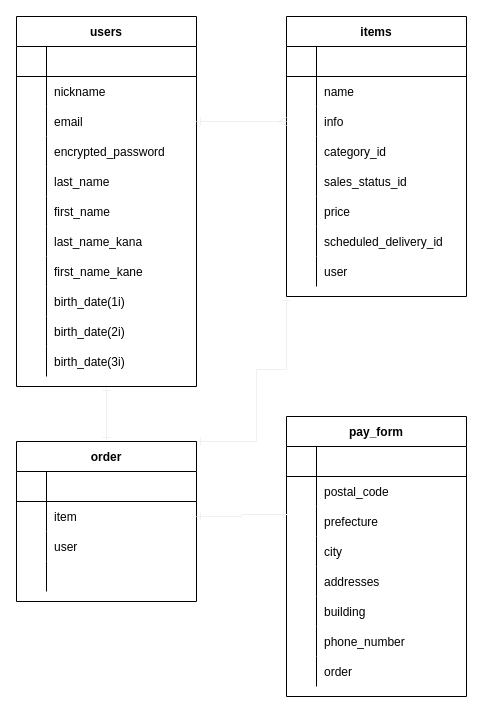
This is app/furima.dio from pukutan2021/furima-36257, a draw.io file, before an edit. Source tidied: cells renumbered, new cells numbered last; positions are measured from the earlier drawing's top-left corner, leaving out a move shared by most shapes. Both pictures are drawn from the tidied source at 100%, with x=0, y=0 at pixel (16, 16).
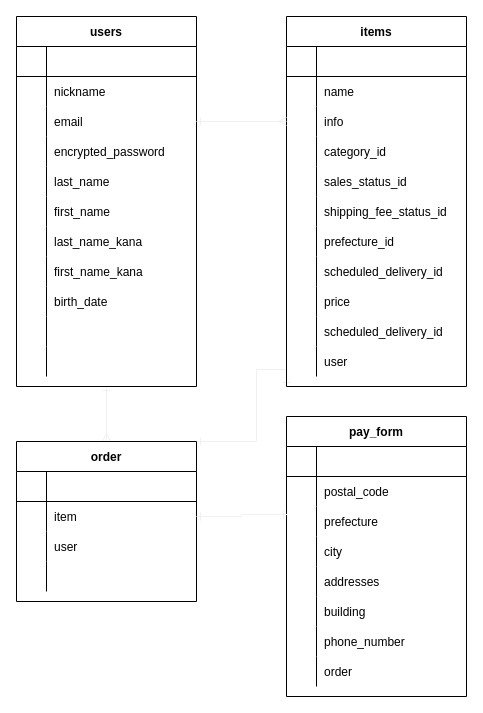
After the change.

Commit message (it also covers changes not shown here):
レビューで指摘された箇所を修正

Unchanged cells that the change refers to:
```xml
<mxCell id="3" value="users" style="shape=table;startSize=30;childLayout=tableLayout;rowLines=0;fontStyle=1;align=center;" parent="1" vertex="1">
  <mxGeometry width="180" height="370" as="geometry" />
</mxCell>
<mxCell id="25" style="shape=partialRectangle;fillColor=none;top=0;left=0;bottom=0;right=0;" parent="3" vertex="1">
  <mxGeometry y="240" width="180" height="30" as="geometry" />
</mxCell>
<mxCell id="28" style="shape=partialRectangle;fillColor=none;top=0;left=0;bottom=0;right=0;" parent="3" vertex="1">
  <mxGeometry y="270" width="180" height="30" as="geometry" />
</mxCell>
<mxCell id="31" style="shape=partialRectangle;fillColor=none;top=0;left=0;bottom=0;right=0;" parent="3" vertex="1">
  <mxGeometry y="300" width="180" height="30" as="geometry" />
</mxCell>
<mxCell id="34" style="shape=partialRectangle;fillColor=none;top=0;left=0;bottom=0;right=0;" parent="3" vertex="1">
  <mxGeometry y="330" width="180" height="30" as="geometry" />
</mxCell>
<mxCell id="89" value="order" style="shape=table;startSize=30;childLayout=tableLayout;rowLines=0;fontStyle=1;align=center;" parent="1" vertex="1">
  <mxGeometry y="425" width="180" height="160" as="geometry" />
</mxCell>
```

The edit, as a diff of the source:
```diff
@@
-    <mxCell id="2" style="edgeStyle=orthogonalEdgeStyle;rounded=0;jettySize=auto;html=1;exitX=0.5;exitY=1;exitDx=0;exitDy=0;entryX=0.5;entryY=0;entryDx=0;entryDy=0;startArrow=ERone;startFill=0;endArrow=ERone;endFill=0;strokeColor=#f0f0f0;" parent="1" edge="1" source="3" target="89">
+    <mxCell id="2" style="edgeStyle=orthogonalEdgeStyle;rounded=0;jettySize=auto;html=1;exitX=0.5;exitY=1;exitDx=0;exitDy=0;entryX=0.5;entryY=0;entryDx=0;entryDy=0;startArrow=ERone;startFill=0;endArrow=ERmany;endFill=0;strokeColor=#f0f0f0;" parent="1" edge="1" source="3" target="89">
       <mxGeometry relative="1" as="geometry" />
     </mxCell>
@@
-    <mxCell id="27" value="first_name_kane" style="shape=partialRectangle;fillColor=none;top=0;left=0;bottom=0;right=0;align=left;spacingLeft=6;overflow=hidden;" parent="25" vertex="1">
+    <mxCell id="27" value="first_name_kana" style="shape=partialRectangle;fillColor=none;top=0;left=0;bottom=0;right=0;align=left;spacingLeft=6;overflow=hidden;" parent="25" vertex="1">
       <mxGeometry x="30" width="150" height="30" as="geometry" />
     </mxCell>
@@
-    <mxCell id="30" value="birth_date(1i)" style="shape=partialRectangle;fillColor=none;top=0;left=0;bottom=0;right=0;align=left;spacingLeft=6;overflow=hidden;" parent="28" vertex="1">
+    <mxCell id="30" value="birth_date" style="shape=partialRectangle;fillColor=none;top=0;left=0;bottom=0;right=0;align=left;spacingLeft=6;overflow=hidden;" parent="28" vertex="1">
       <mxGeometry x="30" width="150" height="30" as="geometry" />
     </mxCell>
@@
-    <mxCell id="33" value="birth_date(2i)" style="shape=partialRectangle;fillColor=none;top=0;left=0;bottom=0;right=0;align=left;spacingLeft=6;overflow=hidden;" parent="31" vertex="1">
+    <mxCell id="33" style="shape=partialRectangle;fillColor=none;top=0;left=0;bottom=0;right=0;align=left;spacingLeft=6;overflow=hidden;" parent="31" vertex="1">
       <mxGeometry x="30" width="150" height="30" as="geometry" />
     </mxCell>
@@
-    <mxCell id="36" value="birth_date(3i)" style="shape=partialRectangle;fillColor=none;top=0;left=0;bottom=0;right=0;align=left;spacingLeft=6;overflow=hidden;" parent="34" vertex="1">
+    <mxCell id="36" style="shape=partialRectangle;fillColor=none;top=0;left=0;bottom=0;right=0;align=left;spacingLeft=6;overflow=hidden;" parent="34" vertex="1">
       <mxGeometry x="30" width="150" height="30" as="geometry" />
     </mxCell>
@@
     <mxCell id="38" value="items" style="shape=table;startSize=30;childLayout=tableLayout;rowLines=0;fontStyle=1;align=center;" parent="1" vertex="1">
-      <mxGeometry x="270" width="180" height="280" as="geometry" />
+      <mxGeometry x="270" width="180" height="370" as="geometry" />
     </mxCell>
@@
+    <mxCell id="103" style="shape=partialRectangle;fillColor=none;top=0;left=0;bottom=0;right=0;" parent="38" vertex="1">
+      <mxGeometry y="180" width="180" height="30" as="geometry" />
+    </mxCell>
+    <mxCell id="104" style="shape=partialRectangle;fillColor=none;top=0;left=0;bottom=0;right=0;overflow=hidden;" parent="103" vertex="1">
+      <mxGeometry width="30" height="30" as="geometry" />
+    </mxCell>
+    <mxCell id="105" value="shipping_fee_status_id" style="shape=partialRectangle;fillColor=none;top=0;left=0;bottom=0;right=0;align=left;spacingLeft=6;overflow=hidden;" parent="103" vertex="1">
+      <mxGeometry x="30" width="150" height="30" as="geometry" />
+    </mxCell>
+    <mxCell id="106" style="shape=partialRectangle;fillColor=none;top=0;left=0;bottom=0;right=0;" parent="38" vertex="1">
+      <mxGeometry y="210" width="180" height="30" as="geometry" />
+    </mxCell>
+    <mxCell id="107" style="shape=partialRectangle;fillColor=none;top=0;left=0;bottom=0;right=0;overflow=hidden;" parent="106" vertex="1">
+      <mxGeometry width="30" height="30" as="geometry" />
+    </mxCell>
+    <mxCell id="108" value="prefecture_id" style="shape=partialRectangle;fillColor=none;top=0;left=0;bottom=0;right=0;align=left;spacingLeft=6;overflow=hidden;" parent="106" vertex="1">
+      <mxGeometry x="30" width="150" height="30" as="geometry" />
+    </mxCell>
+    <mxCell id="109" style="shape=partialRectangle;fillColor=none;top=0;left=0;bottom=0;right=0;" parent="38" vertex="1">
+      <mxGeometry y="240" width="180" height="30" as="geometry" />
+    </mxCell>
+    <mxCell id="110" style="shape=partialRectangle;fillColor=none;top=0;left=0;bottom=0;right=0;overflow=hidden;" parent="109" vertex="1">
+      <mxGeometry width="30" height="30" as="geometry" />
+    </mxCell>
+    <mxCell id="111" value="scheduled_delivery_id" style="shape=partialRectangle;fillColor=none;top=0;left=0;bottom=0;right=0;align=left;spacingLeft=6;overflow=hidden;" parent="109" vertex="1">
+      <mxGeometry x="30" width="150" height="30" as="geometry" />
+    </mxCell>
     <mxCell id="54" style="shape=partialRectangle;fillColor=none;top=0;left=0;bottom=0;right=0;" parent="38" vertex="1">
-      <mxGeometry y="180" width="180" height="30" as="geometry" />
+      <mxGeometry y="270" width="180" height="30" as="geometry" />
     </mxCell>
@@
     <mxCell id="57" style="shape=partialRectangle;fillColor=none;top=0;left=0;bottom=0;right=0;" parent="38" vertex="1">
-      <mxGeometry y="210" width="180" height="30" as="geometry" />
+      <mxGeometry y="300" width="180" height="30" as="geometry" />
     </mxCell>
@@
     <mxCell id="60" style="shape=partialRectangle;fillColor=none;top=0;left=0;bottom=0;right=0;" parent="38" vertex="1">
-      <mxGeometry y="240" width="180" height="30" as="geometry" />
+      <mxGeometry y="330" width="180" height="30" as="geometry" />
     </mxCell>
```
